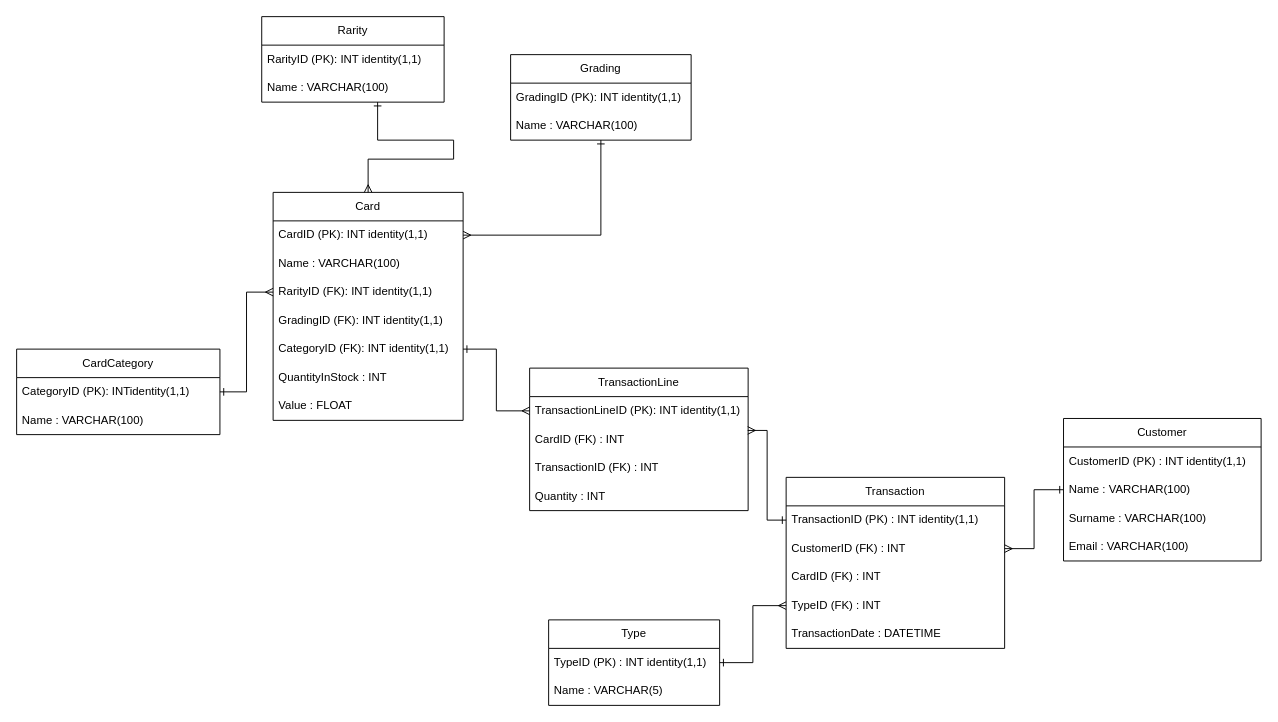
This is Documentation/LevelUp1LogicalERD.drawio from bbd-grad-levelups/Fantasy-Trading-Card-Database, a draw.io file, before an edit. Source tidied: cells renumbered, new cells numbered last; positions are measured from the earlier drawing's top-left corner, leaving out a move shared by most shapes. Both pictures are drawn from the tidied source at 95%, with x=0, y=0 at pixel (16, 16).
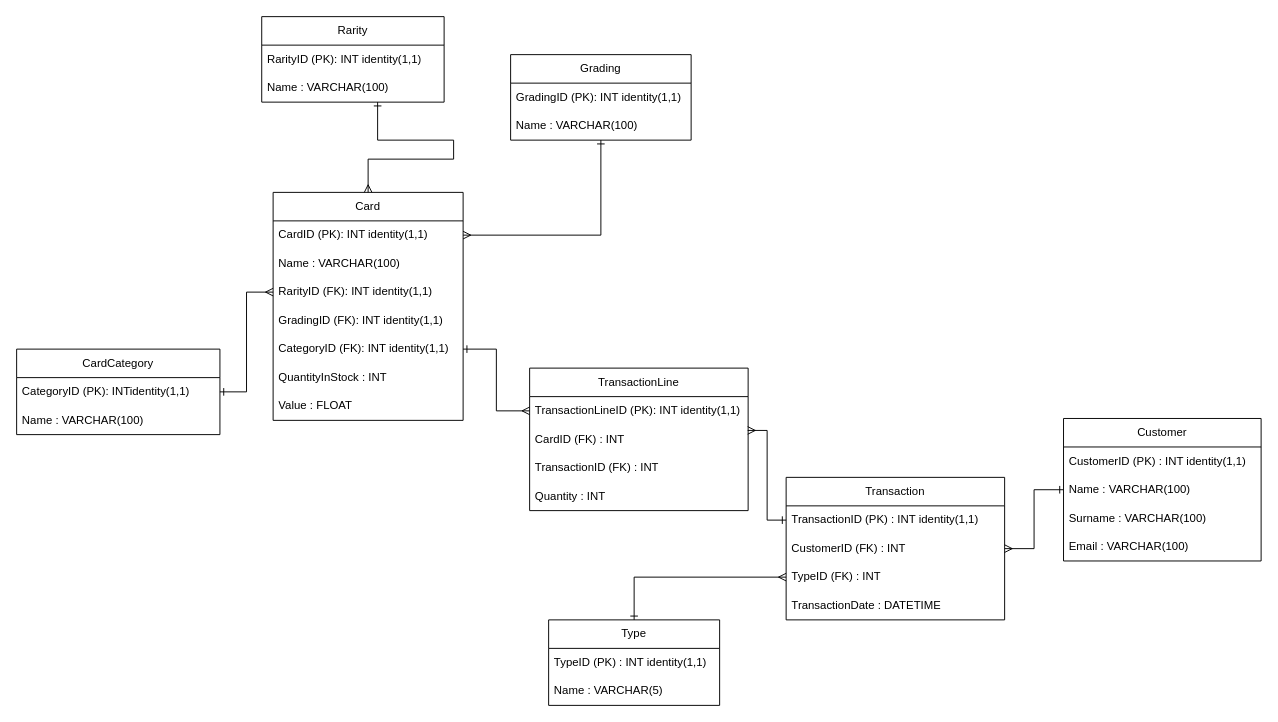
Above is the later version.

The edit, as a diff of the source:
```diff
@@
     <mxCell id="17" value="Transaction" style="swimlane;fontStyle=0;horizontal=1;startSize=30;whiteSpace=wrap;html=1;" parent="1" vertex="1">
-      <mxGeometry x="810" y="485" width="230" height="180" as="geometry" />
+      <mxGeometry x="810" y="485" width="230" height="150" as="geometry" />
     </mxCell>
@@
-    <mxCell id="20" value="CardID (FK) : INT" style="text;strokeColor=none;fillColor=none;align=left;verticalAlign=middle;spacingLeft=4;spacingRight=4;overflow=hidden;whiteSpace=wrap;html=1;" parent="17" vertex="1">
-      <mxGeometry y="90" width="230" height="30" as="geometry" />
-    </mxCell>
     <mxCell id="21" value="TypeID (FK) : INT" style="text;strokeColor=none;fillColor=none;align=left;verticalAlign=middle;spacingLeft=4;spacingRight=4;overflow=hidden;points=[[0,0.5],[1,0.5]];portConstraint=eastwest;whiteSpace=wrap;html=1;" parent="17" vertex="1">
-      <mxGeometry y="120" width="230" height="30" as="geometry" />
+      <mxGeometry y="90" width="230" height="30" as="geometry" />
     </mxCell>
     <mxCell id="22" value="TransactionDate : DATETIME" style="text;strokeColor=none;fillColor=none;align=left;verticalAlign=middle;spacingLeft=4;spacingRight=4;overflow=hidden;whiteSpace=wrap;html=1;" parent="17" vertex="1">
-      <mxGeometry y="150" width="230" height="30" as="geometry" />
+      <mxGeometry y="120" width="230" height="30" as="geometry" />
     </mxCell>
```
